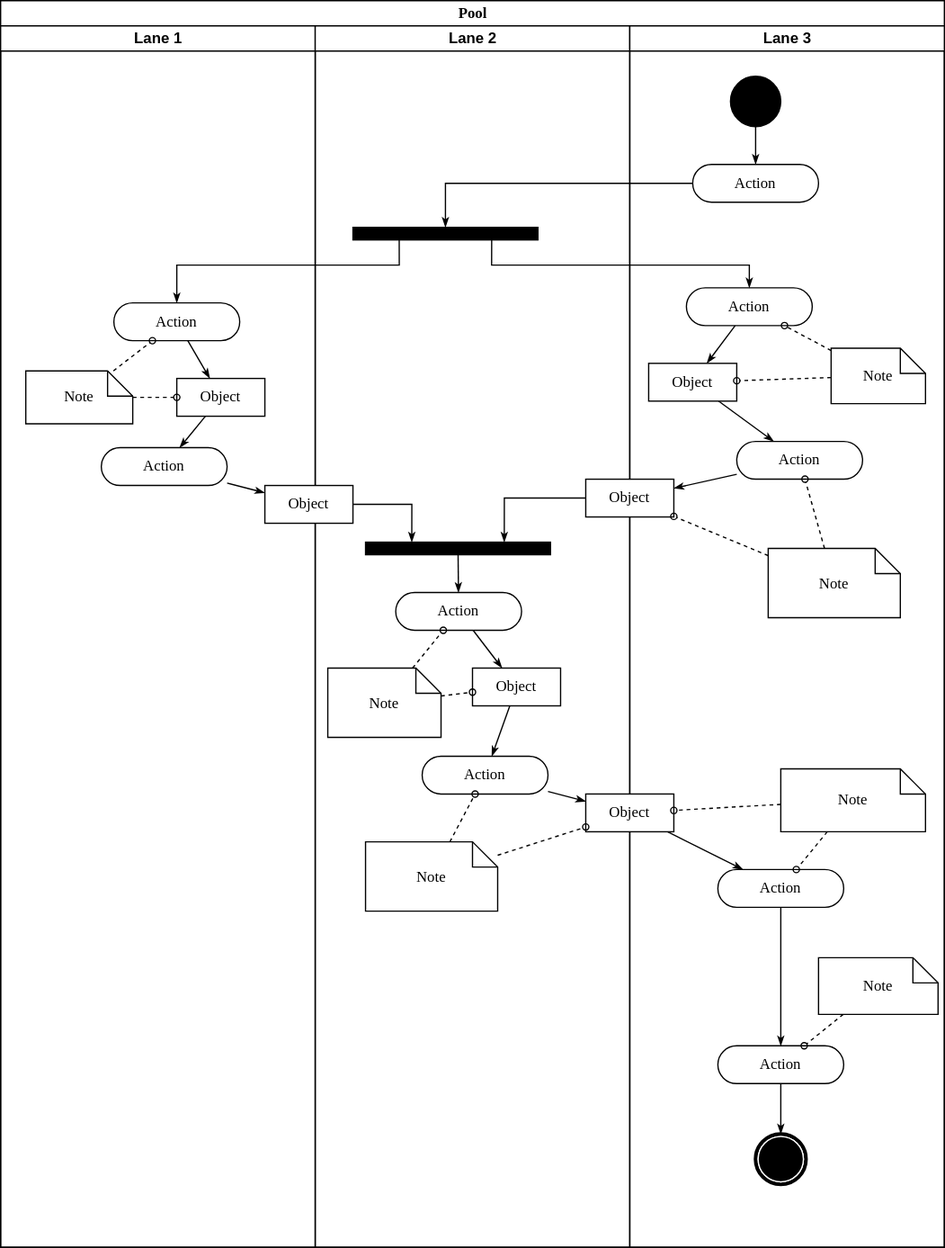
Earlier version of the draw.io export Diagrama-Atividades/Usar_Elevador.svg (wholocked1/Projeto-2-modelagem). Source tidied: cells renumbered, new cells last; positions are measured from the earlier drawing's top-left corner, leaving out a move shared by most shapes. Its diagram source:
```xml
<mxGraphModel>
  <root>
    <mxCell id="0" />
    <mxCell id="1" parent="0" />
    <mxCell id="2" value="Pool" style="swimlane;html=1;startSize=20;rounded=0;shadow=0;comic=0;labelBackgroundColor=none;strokeWidth=1;fontFamily=Verdana;fontSize=12;align=center;" parent="1" vertex="1">
      <mxGeometry width="750" height="990" as="geometry" />
    </mxCell>
    <mxCell id="3" value="Lane 1" style="swimlane;html=1;startSize=20;" parent="2" vertex="1">
      <mxGeometry y="20" width="250" height="970" as="geometry" />
    </mxCell>
    <mxCell id="4" style="edgeStyle=none;rounded=0;html=1;labelBackgroundColor=none;startArrow=none;startFill=0;startSize=5;endArrow=classicThin;endFill=1;endSize=5;jettySize=auto;strokeWidth=1;fontFamily=Verdana;fontSize=12;" parent="3" edge="1" source="5" target="8">
      <mxGeometry relative="1" as="geometry" />
    </mxCell>
    <mxCell id="5" value="Action" style="rounded=1;whiteSpace=wrap;html=1;shadow=0;comic=0;labelBackgroundColor=none;strokeWidth=1;fontFamily=Verdana;fontSize=12;align=center;arcSize=50;" parent="3" vertex="1">
      <mxGeometry x="90" y="220" width="100" height="30" as="geometry" />
    </mxCell>
    <mxCell id="6" value="Action" style="rounded=1;whiteSpace=wrap;html=1;shadow=0;comic=0;labelBackgroundColor=none;strokeWidth=1;fontFamily=Verdana;fontSize=12;align=center;arcSize=50;" parent="3" vertex="1">
      <mxGeometry x="80" y="335" width="100" height="30" as="geometry" />
    </mxCell>
    <mxCell id="7" style="edgeStyle=none;rounded=0;html=1;labelBackgroundColor=none;startArrow=none;startFill=0;startSize=5;endArrow=classicThin;endFill=1;endSize=5;jettySize=auto;strokeWidth=1;fontFamily=Verdana;fontSize=12;" parent="3" edge="1" source="8" target="6">
      <mxGeometry relative="1" as="geometry" />
    </mxCell>
    <mxCell id="8" value="Object" style="rounded=0;whiteSpace=wrap;html=1;shadow=0;comic=0;labelBackgroundColor=none;strokeWidth=1;fontFamily=Verdana;fontSize=12;align=center;arcSize=50;" parent="3" vertex="1">
      <mxGeometry x="140" y="280" width="70" height="30" as="geometry" />
    </mxCell>
    <mxCell id="9" style="edgeStyle=none;rounded=0;html=1;labelBackgroundColor=none;startArrow=none;startFill=0;startSize=5;endArrow=oval;endFill=0;endSize=5;jettySize=auto;strokeWidth=1;fontFamily=Verdana;fontSize=12;dashed=1;" parent="3" edge="1" source="11" target="5">
      <mxGeometry relative="1" as="geometry" />
    </mxCell>
    <mxCell id="10" style="edgeStyle=none;rounded=0;html=1;dashed=1;labelBackgroundColor=none;startArrow=none;startFill=0;startSize=5;endArrow=oval;endFill=0;endSize=5;jettySize=auto;strokeWidth=1;fontFamily=Verdana;fontSize=12;" parent="3" edge="1" source="11" target="8">
      <mxGeometry relative="1" as="geometry" />
    </mxCell>
    <mxCell id="11" value="Note" style="shape=note;whiteSpace=wrap;html=1;rounded=0;shadow=0;comic=0;labelBackgroundColor=none;strokeWidth=1;fontFamily=Verdana;fontSize=12;align=center;size=20;" parent="3" vertex="1">
      <mxGeometry x="20" y="274" width="85" height="42" as="geometry" />
    </mxCell>
    <mxCell id="12" value="Lane 2" style="swimlane;html=1;startSize=20;" parent="2" vertex="1">
      <mxGeometry x="250" y="20" width="250" height="970" as="geometry" />
    </mxCell>
    <mxCell id="13" style="whiteSpace=wrap;html=1;rounded=0;shadow=0;comic=0;labelBackgroundColor=none;strokeWidth=1;fillColor=#000000;fontFamily=Verdana;fontSize=12;align=center;rotation=0;" parent="12" vertex="1">
      <mxGeometry x="30" y="160" width="147" height="10" as="geometry" />
    </mxCell>
    <mxCell id="14" style="edgeStyle=none;rounded=0;html=1;labelBackgroundColor=none;startArrow=none;startFill=0;startSize=5;endArrow=classicThin;endFill=1;endSize=5;jettySize=auto;strokeWidth=1;fontFamily=Verdana;fontSize=12;" parent="12" edge="1" source="15" target="21">
      <mxGeometry relative="1" as="geometry" />
    </mxCell>
    <mxCell id="15" value="Action" style="rounded=1;whiteSpace=wrap;html=1;shadow=0;comic=0;labelBackgroundColor=none;strokeWidth=1;fontFamily=Verdana;fontSize=12;align=center;arcSize=50;" parent="12" vertex="1">
      <mxGeometry x="64" y="450" width="100" height="30" as="geometry" />
    </mxCell>
    <mxCell id="16" style="edgeStyle=none;rounded=0;html=1;labelBackgroundColor=none;startArrow=none;startFill=0;startSize=5;endArrow=classicThin;endFill=1;endSize=5;jettySize=auto;strokeWidth=1;fontFamily=Verdana;fontSize=12;" parent="12" edge="1" source="17" target="15">
      <mxGeometry relative="1" as="geometry" />
    </mxCell>
    <mxCell id="17" style="whiteSpace=wrap;html=1;rounded=0;shadow=0;comic=0;labelBackgroundColor=none;strokeWidth=1;fillColor=#000000;fontFamily=Verdana;fontSize=12;align=center;rotation=0;" parent="12" vertex="1">
      <mxGeometry x="40" y="410" width="147" height="10" as="geometry" />
    </mxCell>
    <mxCell id="18" style="edgeStyle=orthogonalEdgeStyle;rounded=0;html=1;entryX=0.25;entryY=0;labelBackgroundColor=none;startArrow=none;startFill=0;startSize=5;endArrow=classicThin;endFill=1;endSize=5;jettySize=auto;strokeWidth=1;fontFamily=Verdana;fontSize=12;" parent="12" edge="1" source="19" target="17">
      <mxGeometry relative="1" as="geometry" />
    </mxCell>
    <mxCell id="19" value="Object" style="rounded=0;whiteSpace=wrap;html=1;shadow=0;comic=0;labelBackgroundColor=none;strokeWidth=1;fontFamily=Verdana;fontSize=12;align=center;arcSize=50;" parent="12" vertex="1">
      <mxGeometry x="-40" y="365" width="70" height="30" as="geometry" />
    </mxCell>
    <mxCell id="20" style="edgeStyle=none;rounded=0;html=1;labelBackgroundColor=none;startArrow=none;startFill=0;startSize=5;endArrow=classicThin;endFill=1;endSize=5;jettySize=auto;strokeWidth=1;fontFamily=Verdana;fontSize=12;" parent="12" edge="1" source="21" target="22">
      <mxGeometry relative="1" as="geometry" />
    </mxCell>
    <mxCell id="21" value="Object" style="rounded=0;whiteSpace=wrap;html=1;shadow=0;comic=0;labelBackgroundColor=none;strokeWidth=1;fontFamily=Verdana;fontSize=12;align=center;arcSize=50;" parent="12" vertex="1">
      <mxGeometry x="125" y="510" width="70" height="30" as="geometry" />
    </mxCell>
    <mxCell id="22" value="Action" style="rounded=1;whiteSpace=wrap;html=1;shadow=0;comic=0;labelBackgroundColor=none;strokeWidth=1;fontFamily=Verdana;fontSize=12;align=center;arcSize=50;" parent="12" vertex="1">
      <mxGeometry x="85" y="580" width="100" height="30" as="geometry" />
    </mxCell>
    <mxCell id="23" style="edgeStyle=none;rounded=0;html=1;dashed=1;labelBackgroundColor=none;startArrow=none;startFill=0;startSize=5;endArrow=oval;endFill=0;endSize=5;jettySize=auto;strokeWidth=1;fontFamily=Verdana;fontSize=12;" parent="12" edge="1" source="25" target="15">
      <mxGeometry relative="1" as="geometry" />
    </mxCell>
    <mxCell id="24" style="edgeStyle=none;rounded=0;html=1;dashed=1;labelBackgroundColor=none;startArrow=none;startFill=0;startSize=5;endArrow=oval;endFill=0;endSize=5;jettySize=auto;strokeWidth=1;fontFamily=Verdana;fontSize=12;" parent="12" edge="1" source="25" target="21">
      <mxGeometry relative="1" as="geometry" />
    </mxCell>
    <mxCell id="25" value="Note" style="shape=note;whiteSpace=wrap;html=1;rounded=0;shadow=0;comic=0;labelBackgroundColor=none;strokeWidth=1;fontFamily=Verdana;fontSize=12;align=center;size=20;" parent="12" vertex="1">
      <mxGeometry x="10" y="510" width="90" height="55" as="geometry" />
    </mxCell>
    <mxCell id="26" style="edgeStyle=none;rounded=0;html=1;dashed=1;labelBackgroundColor=none;startArrow=none;startFill=0;startSize=5;endArrow=oval;endFill=0;endSize=5;jettySize=auto;strokeWidth=1;fontFamily=Verdana;fontSize=12;" parent="12" edge="1" source="27" target="22">
      <mxGeometry relative="1" as="geometry" />
    </mxCell>
    <mxCell id="27" value="Note" style="shape=note;whiteSpace=wrap;html=1;rounded=0;shadow=0;comic=0;labelBackgroundColor=none;strokeWidth=1;fontFamily=Verdana;fontSize=12;align=center;size=20;" parent="12" vertex="1">
      <mxGeometry x="40" y="648" width="105" height="55" as="geometry" />
    </mxCell>
    <mxCell id="28" value="Lane 3" style="swimlane;html=1;startSize=20;" parent="2" vertex="1">
      <mxGeometry x="500" y="20" width="250" height="970" as="geometry" />
    </mxCell>
    <mxCell id="29" style="edgeStyle=orthogonalEdgeStyle;rounded=0;html=1;labelBackgroundColor=none;startArrow=none;startFill=0;startSize=5;endArrow=classicThin;endFill=1;endSize=5;jettySize=auto;strokeWidth=1;fontFamily=Verdana;fontSize=12;" parent="28" edge="1" source="30" target="31">
      <mxGeometry relative="1" as="geometry" />
    </mxCell>
    <mxCell id="30" style="ellipse;whiteSpace=wrap;html=1;rounded=0;shadow=0;comic=0;labelBackgroundColor=none;strokeWidth=1;fillColor=#000000;fontFamily=Verdana;fontSize=12;align=center;" parent="28" vertex="1">
      <mxGeometry x="80" y="40" width="40" height="40" as="geometry" />
    </mxCell>
    <mxCell id="31" value="Action" style="rounded=1;whiteSpace=wrap;html=1;shadow=0;comic=0;labelBackgroundColor=none;strokeWidth=1;fontFamily=Verdana;fontSize=12;align=center;arcSize=50;" parent="28" vertex="1">
      <mxGeometry x="50" y="110" width="100" height="30" as="geometry" />
    </mxCell>
    <mxCell id="32" style="rounded=0;html=1;labelBackgroundColor=none;startArrow=none;startFill=0;startSize=5;endArrow=classicThin;endFill=1;endSize=5;jettySize=auto;strokeWidth=1;fontFamily=Verdana;fontSize=12;" parent="28" edge="1" source="33" target="37">
      <mxGeometry relative="1" as="geometry" />
    </mxCell>
    <mxCell id="33" value="Action" style="rounded=1;whiteSpace=wrap;html=1;shadow=0;comic=0;labelBackgroundColor=none;strokeWidth=1;fontFamily=Verdana;fontSize=12;align=center;arcSize=50;" parent="28" vertex="1">
      <mxGeometry x="45" y="208" width="100" height="30" as="geometry" />
    </mxCell>
    <mxCell id="34" style="edgeStyle=none;rounded=0;html=1;labelBackgroundColor=none;startArrow=none;startFill=0;startSize=5;endArrow=classicThin;endFill=1;endSize=5;jettySize=auto;strokeWidth=1;fontFamily=Verdana;fontSize=12;" parent="28" edge="1" source="35" target="38">
      <mxGeometry relative="1" as="geometry" />
    </mxCell>
    <mxCell id="35" value="Action" style="rounded=1;whiteSpace=wrap;html=1;shadow=0;comic=0;labelBackgroundColor=none;strokeWidth=1;fontFamily=Verdana;fontSize=12;align=center;arcSize=50;" parent="28" vertex="1">
      <mxGeometry x="85" y="330" width="100" height="30" as="geometry" />
    </mxCell>
    <mxCell id="36" style="edgeStyle=none;rounded=0;html=1;labelBackgroundColor=none;startArrow=none;startFill=0;startSize=5;endArrow=classicThin;endFill=1;endSize=5;jettySize=auto;strokeWidth=1;fontFamily=Verdana;fontSize=12;" parent="28" edge="1" source="37" target="35">
      <mxGeometry relative="1" as="geometry" />
    </mxCell>
    <mxCell id="37" value="Object" style="rounded=0;whiteSpace=wrap;html=1;shadow=0;comic=0;labelBackgroundColor=none;strokeWidth=1;fontFamily=Verdana;fontSize=12;align=center;arcSize=50;" parent="28" vertex="1">
      <mxGeometry x="15" y="268" width="70" height="30" as="geometry" />
    </mxCell>
    <mxCell id="38" value="Object" style="rounded=0;whiteSpace=wrap;html=1;shadow=0;comic=0;labelBackgroundColor=none;strokeWidth=1;fontFamily=Verdana;fontSize=12;align=center;arcSize=50;" parent="28" vertex="1">
      <mxGeometry x="-35" y="360" width="70" height="30" as="geometry" />
    </mxCell>
    <mxCell id="39" style="edgeStyle=none;rounded=0;html=1;labelBackgroundColor=none;startArrow=none;startFill=0;startSize=5;endArrow=classicThin;endFill=1;endSize=5;jettySize=auto;strokeWidth=1;fontFamily=Verdana;fontSize=12;" parent="28" edge="1" source="40" target="42">
      <mxGeometry relative="1" as="geometry" />
    </mxCell>
    <mxCell id="40" value="Object" style="rounded=0;whiteSpace=wrap;html=1;shadow=0;comic=0;labelBackgroundColor=none;strokeWidth=1;fontFamily=Verdana;fontSize=12;align=center;arcSize=50;" parent="28" vertex="1">
      <mxGeometry x="-35" y="610" width="70" height="30" as="geometry" />
    </mxCell>
    <mxCell id="41" style="edgeStyle=none;rounded=0;html=1;labelBackgroundColor=none;startArrow=none;startFill=0;startSize=5;endArrow=classicThin;endFill=1;endSize=5;jettySize=auto;strokeWidth=1;fontFamily=Verdana;fontSize=12;" parent="28" edge="1" source="42" target="44">
      <mxGeometry relative="1" as="geometry" />
    </mxCell>
    <mxCell id="42" value="Action" style="rounded=1;whiteSpace=wrap;html=1;shadow=0;comic=0;labelBackgroundColor=none;strokeWidth=1;fontFamily=Verdana;fontSize=12;align=center;arcSize=50;" parent="28" vertex="1">
      <mxGeometry x="70" y="670" width="100" height="30" as="geometry" />
    </mxCell>
    <mxCell id="43" style="edgeStyle=none;rounded=0;html=1;labelBackgroundColor=none;startArrow=none;startFill=0;startSize=5;endArrow=classicThin;endFill=1;endSize=5;jettySize=auto;strokeWidth=1;fontFamily=Verdana;fontSize=12;" parent="28" edge="1" source="44" target="45">
      <mxGeometry relative="1" as="geometry" />
    </mxCell>
    <mxCell id="44" value="Action" style="rounded=1;whiteSpace=wrap;html=1;shadow=0;comic=0;labelBackgroundColor=none;strokeWidth=1;fontFamily=Verdana;fontSize=12;align=center;arcSize=50;" parent="28" vertex="1">
      <mxGeometry x="70" y="810" width="100" height="30" as="geometry" />
    </mxCell>
    <mxCell id="45" style="shape=mxgraph.bpmn.shape;html=1;verticalLabelPosition=bottom;labelBackgroundColor=#ffffff;verticalAlign=top;perimeter=ellipsePerimeter;outline=end;symbol=terminate;rounded=0;shadow=0;comic=0;strokeWidth=1;fontFamily=Verdana;fontSize=12;align=center;" parent="28" vertex="1">
      <mxGeometry x="100" y="880" width="40" height="40" as="geometry" />
    </mxCell>
    <mxCell id="46" style="edgeStyle=none;rounded=0;html=1;dashed=1;labelBackgroundColor=none;startArrow=none;startFill=0;startSize=5;endArrow=oval;endFill=0;endSize=5;jettySize=auto;strokeWidth=1;fontFamily=Verdana;fontSize=12;" parent="28" edge="1" source="48" target="33">
      <mxGeometry relative="1" as="geometry" />
    </mxCell>
    <mxCell id="47" style="edgeStyle=none;rounded=0;html=1;dashed=1;labelBackgroundColor=none;startArrow=none;startFill=0;startSize=5;endArrow=oval;endFill=0;endSize=5;jettySize=auto;strokeWidth=1;fontFamily=Verdana;fontSize=12;" parent="28" edge="1" source="48" target="37">
      <mxGeometry relative="1" as="geometry" />
    </mxCell>
    <mxCell id="48" value="Note" style="shape=note;whiteSpace=wrap;html=1;rounded=0;shadow=0;comic=0;labelBackgroundColor=none;strokeWidth=1;fontFamily=Verdana;fontSize=12;align=center;size=20;" parent="28" vertex="1">
      <mxGeometry x="160" y="256" width="75" height="44" as="geometry" />
    </mxCell>
    <mxCell id="49" style="edgeStyle=none;rounded=0;html=1;dashed=1;labelBackgroundColor=none;startArrow=none;startFill=0;startSize=5;endArrow=oval;endFill=0;endSize=5;jettySize=auto;strokeWidth=1;fontFamily=Verdana;fontSize=12;" parent="28" edge="1" source="51" target="35">
      <mxGeometry relative="1" as="geometry" />
    </mxCell>
    <mxCell id="50" style="edgeStyle=none;rounded=0;html=1;dashed=1;labelBackgroundColor=none;startArrow=none;startFill=0;startSize=5;endArrow=oval;endFill=0;endSize=5;jettySize=auto;strokeWidth=1;fontFamily=Verdana;fontSize=12;" parent="28" edge="1" source="51" target="38">
      <mxGeometry relative="1" as="geometry" />
    </mxCell>
    <mxCell id="51" value="Note" style="shape=note;whiteSpace=wrap;html=1;rounded=0;shadow=0;comic=0;labelBackgroundColor=none;strokeWidth=1;fontFamily=Verdana;fontSize=12;align=center;size=20;" parent="28" vertex="1">
      <mxGeometry x="110" y="415" width="105" height="55" as="geometry" />
    </mxCell>
    <mxCell id="52" style="edgeStyle=none;rounded=0;html=1;dashed=1;labelBackgroundColor=none;startArrow=none;startFill=0;startSize=5;endArrow=oval;endFill=0;endSize=5;jettySize=auto;strokeWidth=1;fontFamily=Verdana;fontSize=12;" parent="28" edge="1" source="54" target="42">
      <mxGeometry relative="1" as="geometry" />
    </mxCell>
    <mxCell id="53" style="edgeStyle=none;rounded=0;html=1;dashed=1;labelBackgroundColor=none;startArrow=none;startFill=0;startSize=5;endArrow=oval;endFill=0;endSize=5;jettySize=auto;strokeWidth=1;fontFamily=Verdana;fontSize=12;" parent="28" edge="1" source="54" target="40">
      <mxGeometry relative="1" as="geometry" />
    </mxCell>
    <mxCell id="54" value="Note" style="shape=note;whiteSpace=wrap;html=1;rounded=0;shadow=0;comic=0;labelBackgroundColor=none;strokeWidth=1;fontFamily=Verdana;fontSize=12;align=center;size=20;" parent="28" vertex="1">
      <mxGeometry x="120" y="590" width="115" height="50" as="geometry" />
    </mxCell>
    <mxCell id="55" style="edgeStyle=none;rounded=0;html=1;dashed=1;labelBackgroundColor=none;startArrow=none;startFill=0;startSize=5;endArrow=oval;endFill=0;endSize=5;jettySize=auto;strokeWidth=1;fontFamily=Verdana;fontSize=12;" parent="28" edge="1" source="56" target="44">
      <mxGeometry relative="1" as="geometry" />
    </mxCell>
    <mxCell id="56" value="Note" style="shape=note;whiteSpace=wrap;html=1;rounded=0;shadow=0;comic=0;labelBackgroundColor=none;strokeWidth=1;fontFamily=Verdana;fontSize=12;align=center;size=20;" parent="28" vertex="1">
      <mxGeometry x="150" y="740" width="95" height="45" as="geometry" />
    </mxCell>
    <mxCell id="57" style="edgeStyle=orthogonalEdgeStyle;rounded=0;html=1;entryX=0.5;entryY=0;labelBackgroundColor=none;startArrow=none;startFill=0;startSize=5;endArrow=classicThin;endFill=1;endSize=5;jettySize=auto;strokeWidth=1;fontFamily=Verdana;fontSize=12;" parent="2" edge="1" source="31" target="13">
      <mxGeometry relative="1" as="geometry">
        <Array as="points">
          <mxPoint x="354" y="145" />
        </Array>
      </mxGeometry>
    </mxCell>
    <mxCell id="58" style="edgeStyle=orthogonalEdgeStyle;rounded=0;html=1;exitX=0.75;exitY=1;labelBackgroundColor=none;startArrow=none;startFill=0;startSize=5;endArrow=classicThin;endFill=1;endSize=5;jettySize=auto;strokeWidth=1;fontFamily=Verdana;fontSize=12;" parent="2" edge="1" source="13" target="33">
      <mxGeometry relative="1" as="geometry">
        <Array as="points">
          <mxPoint x="390" y="210" />
          <mxPoint x="595" y="210" />
        </Array>
      </mxGeometry>
    </mxCell>
    <mxCell id="59" style="edgeStyle=orthogonalEdgeStyle;rounded=0;html=1;exitX=0.25;exitY=1;entryX=0.5;entryY=0;labelBackgroundColor=none;startArrow=none;startFill=0;startSize=5;endArrow=classicThin;endFill=1;endSize=5;jettySize=auto;strokeWidth=1;fontFamily=Verdana;fontSize=12;" parent="2" edge="1" source="13" target="5">
      <mxGeometry relative="1" as="geometry">
        <Array as="points">
          <mxPoint x="317" y="210" />
          <mxPoint x="140" y="210" />
        </Array>
      </mxGeometry>
    </mxCell>
    <mxCell id="60" style="edgeStyle=orthogonalEdgeStyle;rounded=0;html=1;entryX=0.75;entryY=0;labelBackgroundColor=none;startArrow=none;startFill=0;startSize=5;endArrow=classicThin;endFill=1;endSize=5;jettySize=auto;strokeWidth=1;fontFamily=Verdana;fontSize=12;" parent="2" edge="1" source="38" target="17">
      <mxGeometry relative="1" as="geometry" />
    </mxCell>
    <mxCell id="61" style="edgeStyle=none;rounded=0;html=1;labelBackgroundColor=none;startArrow=none;startFill=0;startSize=5;endArrow=classicThin;endFill=1;endSize=5;jettySize=auto;strokeWidth=1;fontFamily=Verdana;fontSize=12;" parent="2" edge="1" source="6" target="19">
      <mxGeometry relative="1" as="geometry" />
    </mxCell>
    <mxCell id="62" style="edgeStyle=none;rounded=0;html=1;labelBackgroundColor=none;startArrow=none;startFill=0;startSize=5;endArrow=classicThin;endFill=1;endSize=5;jettySize=auto;strokeWidth=1;fontFamily=Verdana;fontSize=12;" parent="2" edge="1" source="22" target="40">
      <mxGeometry relative="1" as="geometry" />
    </mxCell>
    <mxCell id="63" style="edgeStyle=none;rounded=0;html=1;dashed=1;labelBackgroundColor=none;startArrow=none;startFill=0;startSize=5;endArrow=oval;endFill=0;endSize=5;jettySize=auto;strokeWidth=1;fontFamily=Verdana;fontSize=12;" parent="2" edge="1" source="27" target="40">
      <mxGeometry relative="1" as="geometry" />
    </mxCell>
  </root>
</mxGraphModel>
```
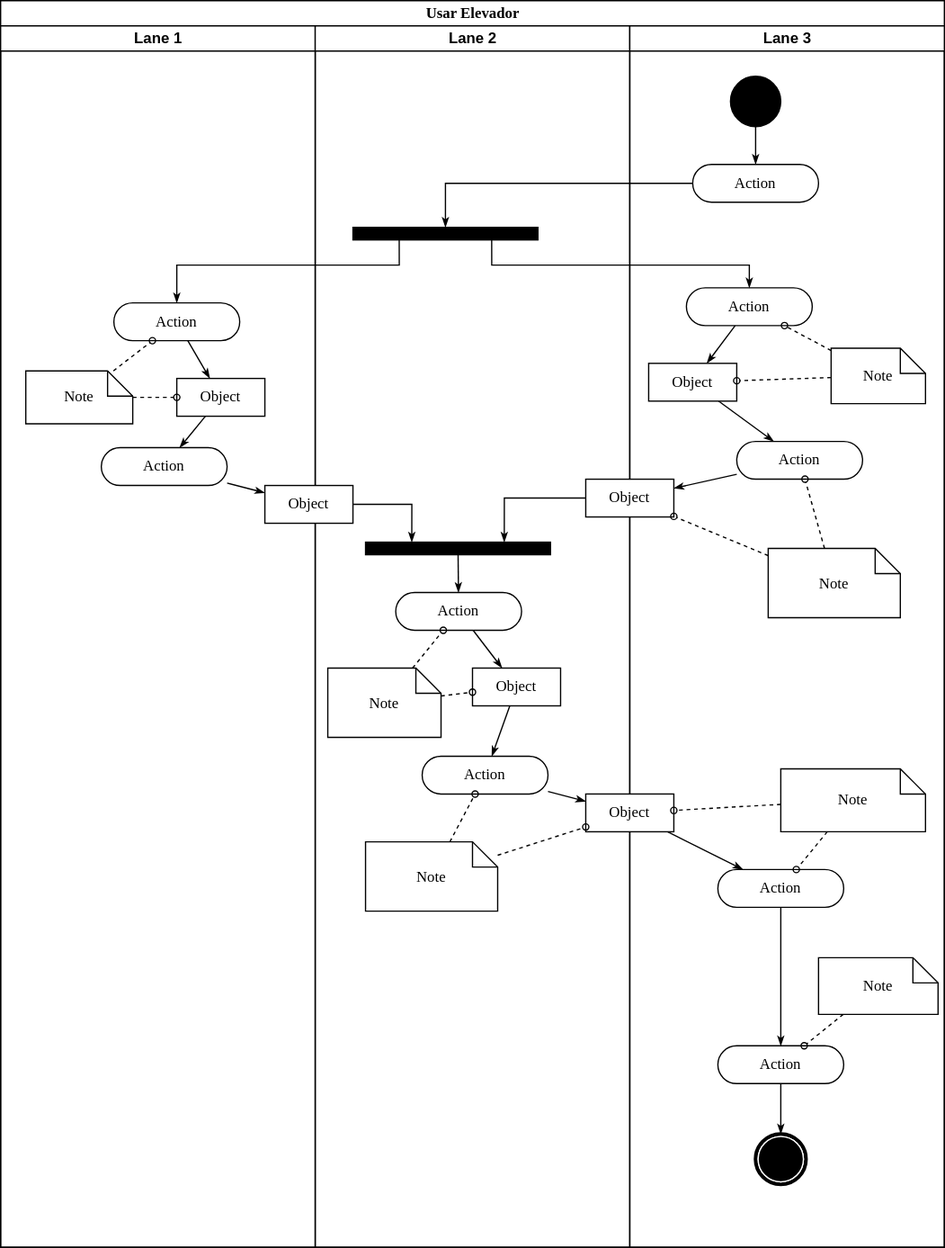
After the commit.

Diff of the diagram source:
```diff
@@ -2,7 +2,7 @@
   <root>
     <mxCell id="0" />
     <mxCell id="1" parent="0" />
-    <mxCell id="2" value="Pool" style="swimlane;html=1;startSize=20;rounded=0;shadow=0;comic=0;labelBackgroundColor=none;strokeWidth=1;fontFamily=Verdana;fontSize=12;align=center;" parent="1" vertex="1">
+    <mxCell id="2" value="Usar Elevador" style="swimlane;html=1;startSize=20;rounded=0;shadow=0;comic=0;labelBackgroundColor=none;strokeWidth=1;fontFamily=Verdana;fontSize=12;align=center;" parent="1" vertex="1">
       <mxGeometry width="750" height="990" as="geometry" />
     </mxCell>
     <mxCell id="3" value="Lane 1" style="swimlane;html=1;startSize=20;" parent="2" vertex="1">
```
